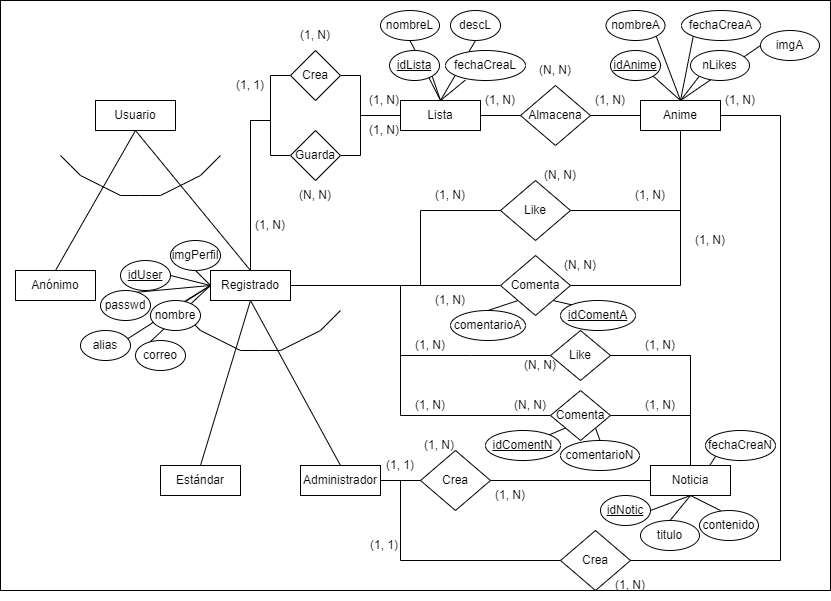
The draw.io diagram EditarER.png in raulfarce01/yumeanime, before a commit. Source tidied: cells renumbered, new cells last; positions are measured from the earlier drawing's top-left corner, leaving out a move shared by most shapes.
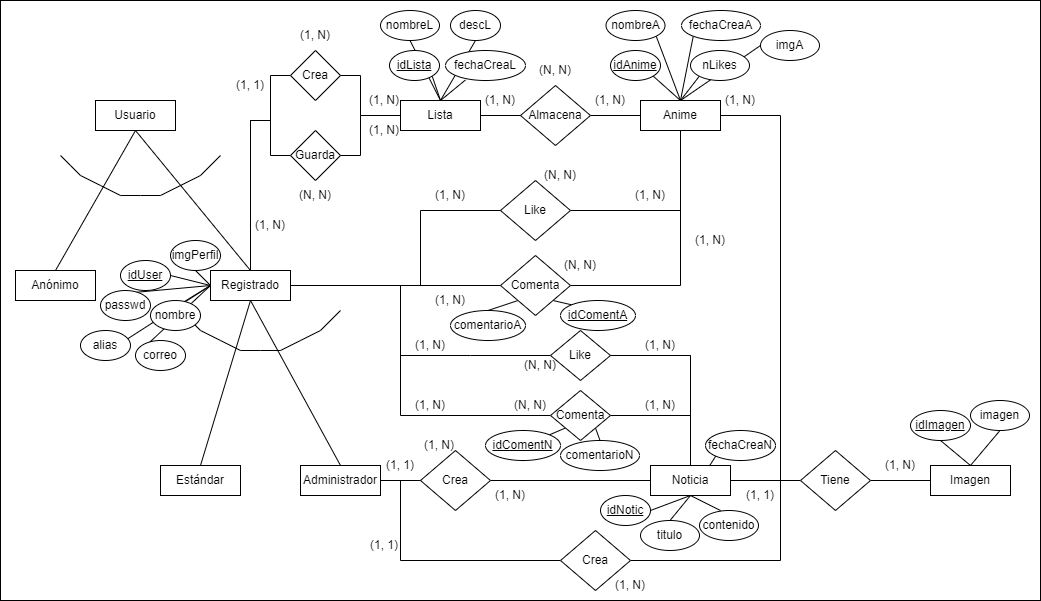
After the commit.

The edit, as a diff of the source:
```diff
@@ -3,7 +3,7 @@
     <mxCell id="0" />
     <mxCell id="1" parent="0" />
     <mxCell id="2" style="rounded=0;whiteSpace=wrap;html=1;" parent="1" vertex="1">
-      <mxGeometry width="830" height="590" as="geometry" />
+      <mxGeometry width="1040" height="600" as="geometry" />
     </mxCell>
     <mxCell id="3" style="endArrow=none;html=1;rounded=0;strokeColor=default;" parent="1" edge="1">
       <mxGeometry relative="1" as="geometry">
@@ -204,6 +204,9 @@
     <mxCell id="44" style="edgeStyle=none;rounded=0;jettySize=auto;html=1;exitX=0.5;exitY=1;exitDx=0;exitDy=0;entryX=0;entryY=1;entryDx=0;entryDy=0;endArrow=none;endFill=0;strokeColor=default;" parent="1" edge="1" source="45" target="113">
       <mxGeometry relative="1" as="geometry" />
     </mxCell>
+    <mxCell id="118" style="edgeStyle=orthogonalEdgeStyle;rounded=0;jettySize=auto;html=1;exitX=1;exitY=0.5;exitDx=0;exitDy=0;endArrow=none;endFill=0;" parent="1" edge="1" source="45" target="120">
+      <mxGeometry relative="1" as="geometry" />
+    </mxCell>
     <mxCell id="45" value="Noticia" style="rounded=0;whiteSpace=wrap;html=1;" parent="1" vertex="1">
       <mxGeometry x="650" y="465" width="80" height="30" as="geometry" />
     </mxCell>
@@ -461,5 +464,32 @@
     <mxCell id="117" value="&lt;u&gt;idComentN&lt;/u&gt;" style="ellipse;whiteSpace=wrap;html=1;" parent="1" vertex="1">
       <mxGeometry x="485" y="430" width="75" height="30" as="geometry" />
     </mxCell>
+    <mxCell id="119" style="edgeStyle=orthogonalEdgeStyle;rounded=0;jettySize=auto;html=1;exitX=1;exitY=0.5;exitDx=0;exitDy=0;entryX=0;entryY=0.5;entryDx=0;entryDy=0;endArrow=none;endFill=0;" parent="1" edge="1" source="120" target="123">
+      <mxGeometry relative="1" as="geometry" />
+    </mxCell>
+    <mxCell id="120" value="Tiene" style="rhombus;whiteSpace=wrap;html=1;" parent="1" vertex="1">
+      <mxGeometry x="800" y="450" width="70" height="60" as="geometry" />
+    </mxCell>
+    <mxCell id="121" style="rounded=0;jettySize=auto;html=1;exitX=0.5;exitY=0;exitDx=0;exitDy=0;entryX=0.5;entryY=1;entryDx=0;entryDy=0;endArrow=none;endFill=0;" parent="1" edge="1" source="123" target="126">
+      <mxGeometry relative="1" as="geometry" />
+    </mxCell>
+    <mxCell id="122" style="edgeStyle=none;rounded=0;jettySize=auto;html=1;exitX=0.5;exitY=0;exitDx=0;exitDy=0;entryX=0.5;entryY=1;entryDx=0;entryDy=0;endArrow=none;endFill=0;" parent="1" edge="1" source="123" target="127">
+      <mxGeometry relative="1" as="geometry" />
+    </mxCell>
+    <mxCell id="123" value="Imagen" style="rounded=0;whiteSpace=wrap;html=1;" parent="1" vertex="1">
+      <mxGeometry x="930" y="465" width="80" height="30" as="geometry" />
+    </mxCell>
+    <mxCell id="124" value="(1, N)" style="text;html=1;strokeColor=none;fillColor=none;align=center;verticalAlign=middle;whiteSpace=wrap;rounded=0;" parent="1" vertex="1">
+      <mxGeometry x="870" y="450" width="60" height="30" as="geometry" />
+    </mxCell>
+    <mxCell id="125" value="(1, 1)" style="text;html=1;strokeColor=none;fillColor=none;align=center;verticalAlign=middle;whiteSpace=wrap;rounded=0;" parent="1" vertex="1">
+      <mxGeometry x="730" y="480" width="60" height="30" as="geometry" />
+    </mxCell>
+    <mxCell id="126" value="&lt;u&gt;idImagen&lt;/u&gt;" style="ellipse;whiteSpace=wrap;html=1;" parent="1" vertex="1">
+      <mxGeometry x="910" y="410" width="60" height="30" as="geometry" />
+    </mxCell>
+    <mxCell id="127" value="imagen" style="ellipse;whiteSpace=wrap;html=1;" parent="1" vertex="1">
+      <mxGeometry x="970" y="400" width="59" height="30" as="geometry" />
+    </mxCell>
   </root>
 </mxGraphModel>
```
